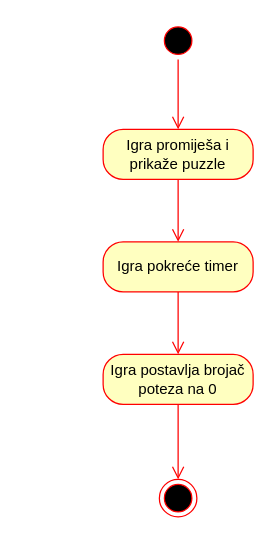
The draw.io diagram page "Activity Postavljanje puzzle" (3 of 7) of dijagram.drawio in mmravak/Sliding-puzzle, before the edit. Source tidied: cells renumbered, new cells numbered last; positions are measured from the earlier drawing's top-left corner, leaving out a move shared by most shapes. Both pictures are drawn from the tidied source at 125%, with x=0, y=0 at pixel (102, 21).
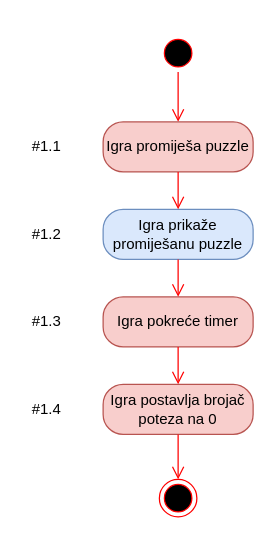
The same diagram, later.

The edit, as a diff of the source:
```diff
@@
 <mxGraphModel>
   <root>
     <mxCell id="0" />
     <mxCell id="1" parent="0" />
     <mxCell id="2" style="ellipse;html=1;shape=startState;fillColor=#000000;strokeColor=#ff0000;" parent="1" vertex="1">
-      <mxGeometry x="45" width="30" height="30" as="geometry" />
+      <mxGeometry x="45" y="10" width="30" height="30" as="geometry" />
     </mxCell>
     <mxCell id="3" style="edgeStyle=orthogonalEdgeStyle;html=1;verticalAlign=bottom;endArrow=open;endSize=8;strokeColor=#ff0000;exitX=0.5;exitY=1;exitDx=0;exitDy=0;" parent="1" edge="1" source="2" target="4">
       <mxGeometry relative="1" as="geometry" />
     </mxCell>
-    <mxCell id="4" value="Igra promiješa i prikaže puzzle" style="rounded=1;whiteSpace=wrap;html=1;arcSize=40;fontColor=#000000;fillColor=#ffffc0;strokeColor=#ff0000;" parent="1" vertex="1">
-      <mxGeometry y="86" width="120" height="40" as="geometry" />
+    <mxCell id="4" value="Igra promiješa puzzle" style="rounded=1;whiteSpace=wrap;html=1;arcSize=40;fillColor=#f8cecc;strokeColor=#b85450;" parent="1" vertex="1">
+      <mxGeometry y="80" width="120" height="40" as="geometry" />
     </mxCell>
-    <mxCell id="5" style="edgeStyle=orthogonalEdgeStyle;html=1;verticalAlign=bottom;endArrow=open;endSize=8;strokeColor=#ff0000;entryX=0.5;entryY=0;entryDx=0;entryDy=0;" parent="1" edge="1" source="4" target="6">
-      <mxGeometry relative="1" as="geometry" />
-    </mxCell>
-    <mxCell id="6" value="Igra pokreće timer" style="rounded=1;whiteSpace=wrap;html=1;arcSize=40;fontColor=#000000;fillColor=#ffffc0;strokeColor=#ff0000;" parent="1" vertex="1">
-      <mxGeometry y="176" width="120" height="40" as="geometry" />
+    <mxCell id="6" value="Igra pokreće timer" style="rounded=1;whiteSpace=wrap;html=1;arcSize=40;fillColor=#f8cecc;strokeColor=#b85450;" parent="1" vertex="1">
+      <mxGeometry y="220" width="120" height="40" as="geometry" />
     </mxCell>
     <mxCell id="7" style="edgeStyle=orthogonalEdgeStyle;html=1;verticalAlign=bottom;endArrow=open;endSize=8;strokeColor=#ff0000;entryX=0.5;entryY=0;entryDx=0;entryDy=0;" parent="1" edge="1" source="6" target="8">
       <mxGeometry relative="1" as="geometry" />
     </mxCell>
-    <mxCell id="8" value="Igra postavlja brojač poteza na 0" style="rounded=1;whiteSpace=wrap;html=1;arcSize=40;fontColor=#000000;fillColor=#ffffc0;strokeColor=#ff0000;" parent="1" vertex="1">
-      <mxGeometry y="266" width="120" height="40" as="geometry" />
+    <mxCell id="8" value="Igra postavlja brojač poteza na 0" style="rounded=1;whiteSpace=wrap;html=1;arcSize=40;fillColor=#f8cecc;strokeColor=#b85450;" parent="1" vertex="1">
+      <mxGeometry y="290" width="120" height="40" as="geometry" />
     </mxCell>
     <mxCell id="9" style="edgeStyle=orthogonalEdgeStyle;html=1;verticalAlign=bottom;endArrow=open;endSize=8;strokeColor=#ff0000;entryX=0.5;entryY=0;entryDx=0;entryDy=0;" parent="1" edge="1" source="8" target="10">
       <mxGeometry relative="1" as="geometry" />
     </mxCell>
     <mxCell id="10" style="ellipse;html=1;shape=endState;fillColor=#000000;strokeColor=#ff0000;" parent="1" vertex="1">
       <mxGeometry x="45" y="366" width="30" height="30" as="geometry" />
     </mxCell>
+    <mxCell id="11" value="Igra prikaže promiješanu puzzle" style="rounded=1;whiteSpace=wrap;html=1;arcSize=40;fillColor=#dae8fc;strokeColor=#6c8ebf;" parent="1" vertex="1">
+      <mxGeometry y="150" width="120" height="40" as="geometry" />
+    </mxCell>
+    <mxCell id="12" style="edgeStyle=orthogonalEdgeStyle;html=1;verticalAlign=bottom;endArrow=open;endSize=8;strokeColor=#ff0000;" parent="1" edge="1" source="11" target="6">
+      <mxGeometry relative="1" as="geometry" />
+    </mxCell>
+    <mxCell id="13" style="edgeStyle=orthogonalEdgeStyle;html=1;verticalAlign=bottom;endArrow=open;endSize=8;strokeColor=#ff0000;entryX=0.5;entryY=0;entryDx=0;entryDy=0;exitX=0.5;exitY=1;exitDx=0;exitDy=0;" parent="1" edge="1" source="4" target="11">
+      <mxGeometry relative="1" as="geometry" />
+    </mxCell>
+    <mxCell id="14" value="#1.1" style="text;html=1;strokeColor=none;fillColor=none;align=center;verticalAlign=middle;whiteSpace=wrap;rounded=0;" parent="1" vertex="1">
+      <mxGeometry x="-65" y="90" width="40" height="20" as="geometry" />
+    </mxCell>
+    <mxCell id="15" value="#1.2" style="text;html=1;strokeColor=none;fillColor=none;align=center;verticalAlign=middle;whiteSpace=wrap;rounded=0;" parent="1" vertex="1">
+      <mxGeometry x="-65" y="160" width="40" height="20" as="geometry" />
+    </mxCell>
+    <mxCell id="16" value="#1.3" style="text;html=1;strokeColor=none;fillColor=none;align=center;verticalAlign=middle;whiteSpace=wrap;rounded=0;" parent="1" vertex="1">
+      <mxGeometry x="-65" y="230" width="40" height="20" as="geometry" />
+    </mxCell>
+    <mxCell id="17" value="#1.4" style="text;html=1;strokeColor=none;fillColor=none;align=center;verticalAlign=middle;whiteSpace=wrap;rounded=0;" parent="1" vertex="1">
+      <mxGeometry x="-65" y="300" width="40" height="20" as="geometry" />
+    </mxCell>
   </root>
 </mxGraphModel>
```
